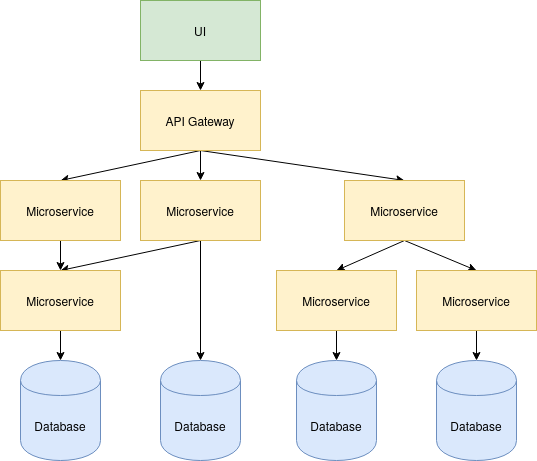
Earlier version of the draw.io export TIK_kand_latex-pohja_kandityolle_ja_tutkimussuunnitelmalle/MSA_API_GATEWAY.png (elohopea/security-in-microservices). Source tidied: cells renumbered, new cells last; positions are measured from the earlier drawing's top-left corner, leaving out a move shared by most shapes.
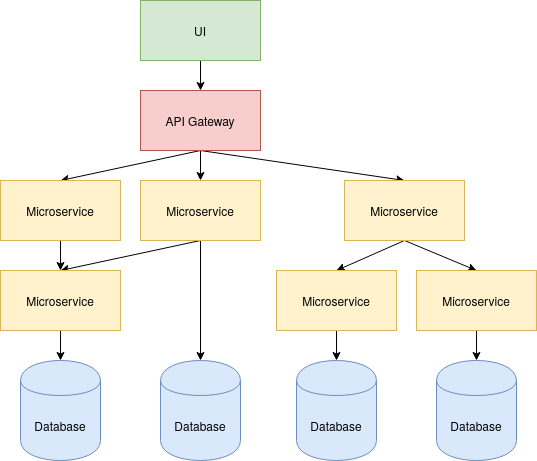
The same diagram one commit later.

Change to the diagram source:
```diff
@@ -11,7 +11,7 @@
     <mxCell id="4" style="rounded=0;jettySize=auto;html=1;exitX=0.5;exitY=1;exitDx=0;exitDy=0;entryX=0.5;entryY=0;entryDx=0;entryDy=0;" parent="1" edge="1" source="5" target="13">
       <mxGeometry relative="1" as="geometry" />
     </mxCell>
-    <mxCell id="5" value="API Gateway" style="rounded=0;whiteSpace=wrap;html=1;fillColor=#fff2cc;strokeColor=#d6b656;" parent="1" vertex="1">
+    <mxCell id="5" value="API Gateway" style="rounded=0;whiteSpace=wrap;html=1;fillColor=#f8cecc;strokeColor=#b85450;" parent="1" vertex="1">
       <mxGeometry x="140" y="90" width="120" height="60" as="geometry" />
     </mxCell>
     <mxCell id="6" style="edgeStyle=none;rounded=0;jettySize=auto;html=1;exitX=0.5;exitY=1;exitDx=0;exitDy=0;entryX=0.5;entryY=0;entryDx=0;entryDy=0;" parent="1" edge="1" source="7" target="19">
```
